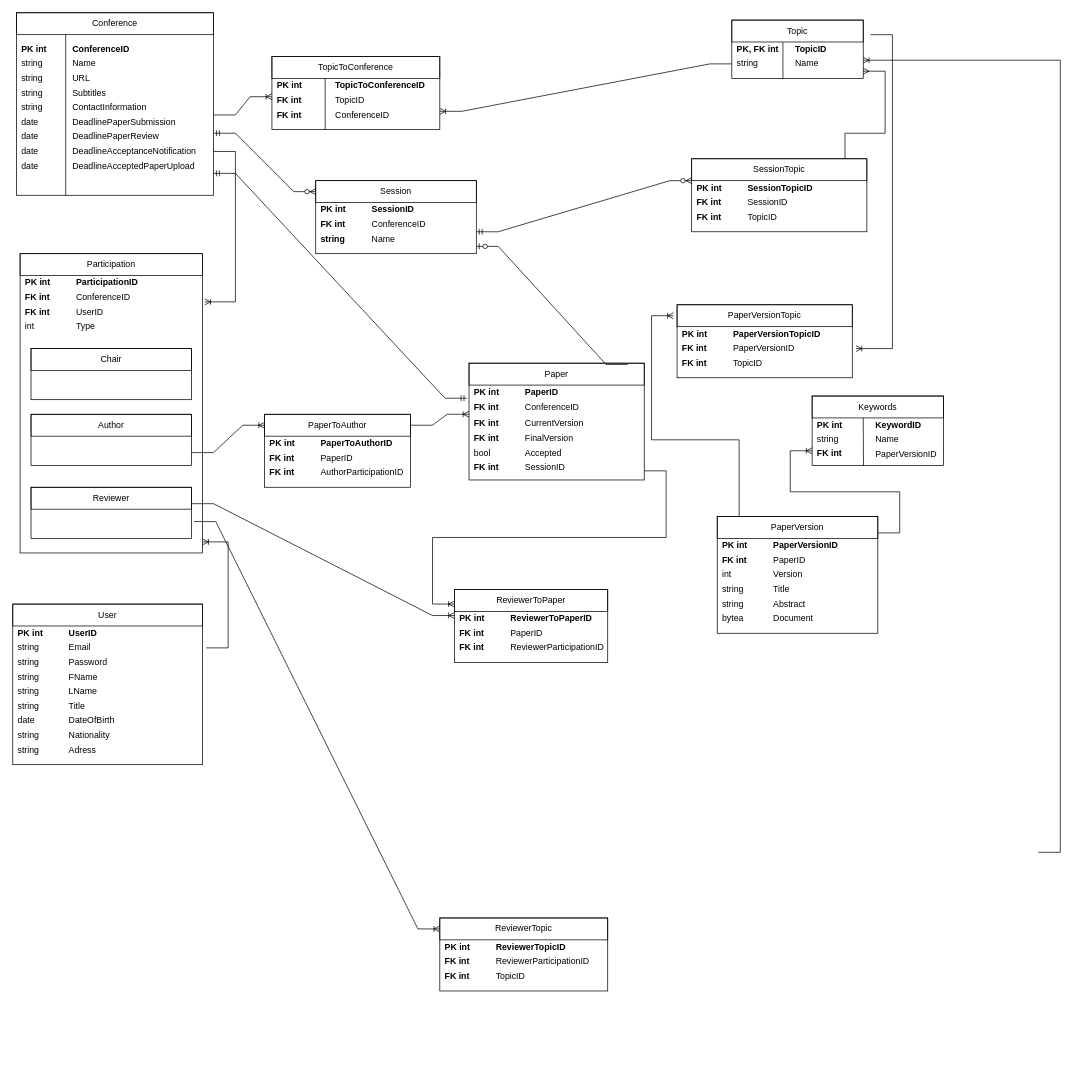
Above: Database Diagram.drawio in SE-Powerpuff-Girls/SE-Powerpuff-Girls (draw.io), before the change. Source tidied: cells renumbered, new cells numbered last; positions are measured from the earlier drawing's top-left corner, leaving out a move shared by most shapes. Both pictures are drawn from the tidied source at 73%, with x=0, y=0 at pixel (12, 12).
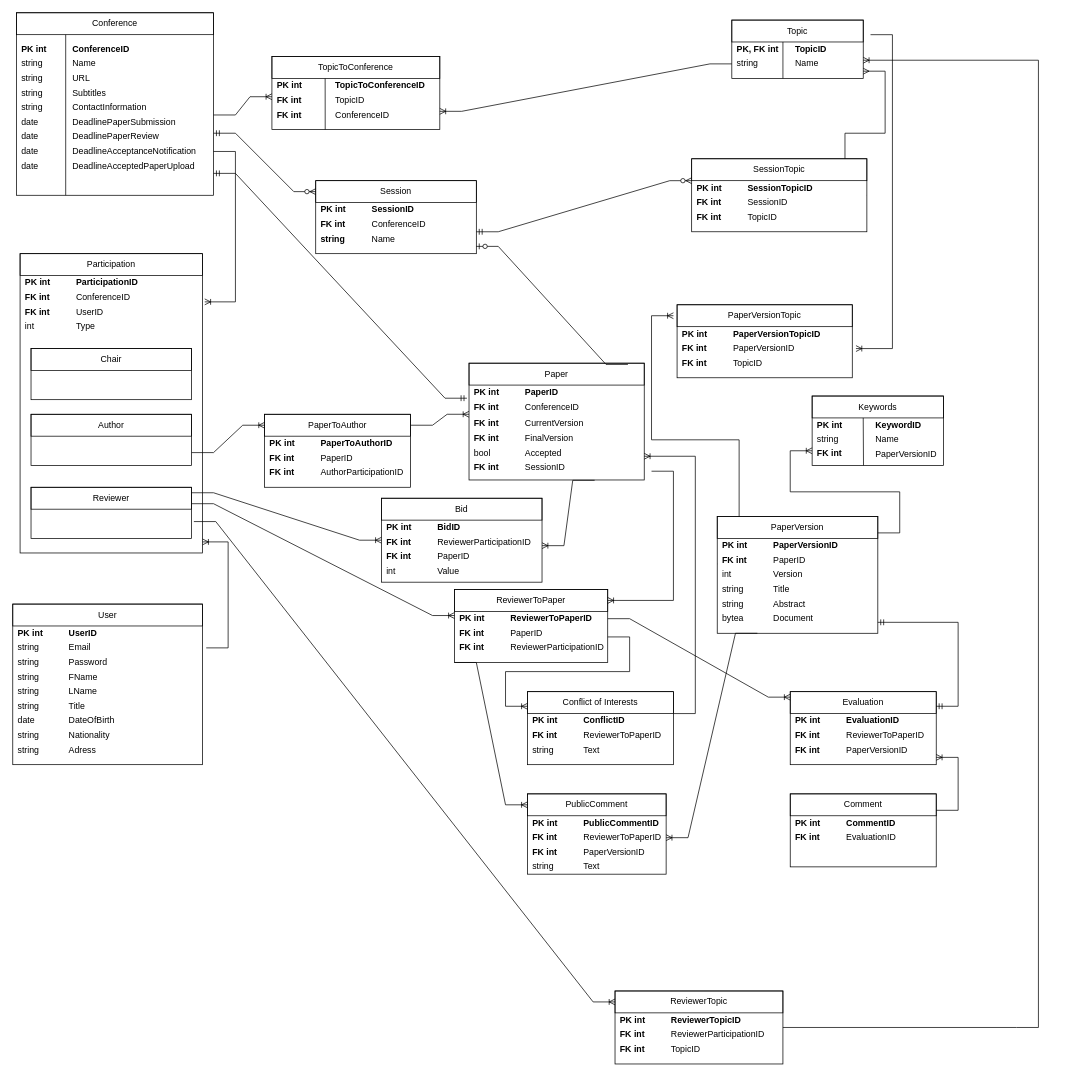
Above is the later version.

The change refers to these unchanged cells:
```xml
<mxCell id="28" value="Name" style="text;html=1;strokeColor=none;fillColor=none;align=left;verticalAlign=middle;whiteSpace=wrap;rounded=0;spacingLeft=5;fontStyle=0;" parent="1" vertex="1">
  <mxGeometry x="1065" y="60" width="100" height="20" as="geometry" />
</mxCell>
<mxCell id="78" value="Reviewer" style="text;html=1;strokeColor=default;fillColor=none;align=center;verticalAlign=middle;whiteSpace=wrap;rounded=0;" parent="1" vertex="1">
  <mxGeometry x="25" y="650" width="220" height="30" as="geometry" />
</mxCell>
<mxCell id="89" style="rounded=0;whiteSpace=wrap;html=1;strokeColor=default;" parent="1" vertex="1">
  <mxGeometry x="625" y="480" width="240" height="160" as="geometry" />
</mxCell>
<mxCell id="135" style="rounded=0;whiteSpace=wrap;html=1;strokeColor=default;" parent="1" vertex="1">
  <mxGeometry x="965" y="690" width="220" height="160" as="geometry" />
</mxCell>
<mxCell id="162" value="Accepted" style="text;html=1;strokeColor=none;fillColor=none;align=left;verticalAlign=middle;whiteSpace=wrap;rounded=0;spacingLeft=5;fontStyle=0;" parent="1" vertex="1">
  <mxGeometry x="695" y="592.5" width="170" height="20" as="geometry" />
</mxCell>
<mxCell id="164" value="SessionID" style="text;html=1;strokeColor=none;fillColor=none;align=left;verticalAlign=middle;whiteSpace=wrap;rounded=0;spacingLeft=5;fontStyle=0;" parent="1" vertex="1">
  <mxGeometry x="695" y="612.5" width="170" height="20" as="geometry" />
</mxCell>
<mxCell id="166" value="Document" style="text;html=1;strokeColor=none;fillColor=none;align=left;verticalAlign=middle;whiteSpace=wrap;rounded=0;spacingLeft=5;fontStyle=0;" parent="1" vertex="1">
  <mxGeometry x="1035" y="820" width="150" height="20" as="geometry" />
</mxCell>
<mxCell id="168" style="rounded=0;whiteSpace=wrap;html=1;strokeColor=default;" parent="1" vertex="1">
  <mxGeometry x="605" y="790" width="210" height="100" as="geometry" />
</mxCell>
<mxCell id="169" value="ReviewerToPaper" style="text;html=1;strokeColor=default;fillColor=none;align=center;verticalAlign=middle;whiteSpace=wrap;rounded=0;" parent="1" vertex="1">
  <mxGeometry x="605" y="790" width="210" height="30" as="geometry" />
</mxCell>
<mxCell id="172" value="ReviewerToPaperID" style="text;html=1;strokeColor=none;fillColor=none;align=left;verticalAlign=middle;whiteSpace=wrap;rounded=0;spacingLeft=5;fontStyle=1;" parent="1" vertex="1">
  <mxGeometry x="675" y="820" width="140" height="20" as="geometry" />
</mxCell>
<mxCell id="174" value="PaperID" style="text;html=1;strokeColor=none;fillColor=none;align=left;verticalAlign=middle;whiteSpace=wrap;rounded=0;spacingLeft=5;fontStyle=0;" parent="1" vertex="1">
  <mxGeometry x="675" y="840" width="140" height="20" as="geometry" />
</mxCell>
```

Change to the diagram source:
```diff
@@
     <mxCell id="79" style="rounded=0;whiteSpace=wrap;html=1;strokeColor=default;" parent="1" vertex="1">
-      <mxGeometry x="585" y="1240" width="230" height="100" as="geometry" />
+      <mxGeometry x="825" y="1340" width="230" height="100" as="geometry" />
     </mxCell>
     <mxCell id="80" value="ReviewerTopic" style="text;html=1;strokeColor=default;fillColor=none;align=center;verticalAlign=middle;whiteSpace=wrap;rounded=0;" parent="1" vertex="1">
-      <mxGeometry x="585" y="1240" width="230" height="30" as="geometry" />
+      <mxGeometry x="825" y="1340" width="230" height="30" as="geometry" />
     </mxCell>
     <mxCell id="81" value="ReviewerTopicID" style="text;html=1;strokeColor=none;fillColor=none;align=left;verticalAlign=middle;whiteSpace=wrap;rounded=0;spacingLeft=5;fontStyle=1;" parent="1" vertex="1">
-      <mxGeometry x="655" y="1270" width="150" height="20" as="geometry" />
+      <mxGeometry x="895" y="1370" width="150" height="20" as="geometry" />
     </mxCell>
     <mxCell id="82" value="PK int" style="text;html=1;strokeColor=none;fillColor=none;align=left;verticalAlign=middle;whiteSpace=wrap;rounded=0;spacingLeft=5;fontStyle=1;" parent="1" vertex="1">
-      <mxGeometry x="585" y="1270" width="70" height="20" as="geometry" />
+      <mxGeometry x="825" y="1370" width="70" height="20" as="geometry" />
     </mxCell>
     <mxCell id="83" value="ReviewerParticipationID" style="text;html=1;strokeColor=none;fillColor=none;align=left;verticalAlign=middle;whiteSpace=wrap;rounded=0;spacingLeft=5;fontStyle=0;" parent="1" vertex="1">
-      <mxGeometry x="655" y="1290" width="150" height="20" as="geometry" />
+      <mxGeometry x="895" y="1390" width="150" height="20" as="geometry" />
     </mxCell>
     <mxCell id="84" value="FK int" style="text;html=1;strokeColor=none;fillColor=none;align=left;verticalAlign=middle;whiteSpace=wrap;rounded=0;spacingLeft=5;fontStyle=1;" parent="1" vertex="1">
-      <mxGeometry x="585" y="1290" width="70" height="20" as="geometry" />
+      <mxGeometry x="825" y="1390" width="70" height="20" as="geometry" />
     </mxCell>
     <mxCell id="85" value="TopicID" style="text;html=1;strokeColor=none;fillColor=none;align=left;verticalAlign=middle;whiteSpace=wrap;rounded=0;spacingLeft=5;fontStyle=0;" parent="1" vertex="1">
-      <mxGeometry x="655" y="1310" width="150" height="20" as="geometry" />
+      <mxGeometry x="895" y="1410" width="150" height="20" as="geometry" />
     </mxCell>
     <mxCell id="86" value="FK int" style="text;html=1;strokeColor=none;fillColor=none;align=left;verticalAlign=middle;whiteSpace=wrap;rounded=0;spacingLeft=5;fontStyle=1;" parent="1" vertex="1">
-      <mxGeometry x="585" y="1310" width="70" height="20" as="geometry" />
+      <mxGeometry x="825" y="1410" width="70" height="20" as="geometry" />
     </mxCell>
     <mxCell id="87" style="edgeStyle=entityRelationEdgeStyle;fontSize=12;html=1;endArrow=ERoneToMany;rounded=0;strokeColor=default;entryX=1;entryY=0.25;entryDx=0;entryDy=0;" parent="1" edge="1" target="28">
       <mxGeometry relative="1" as="geometry">
-        <mxPoint x="1405" y="1150" as="sourcePoint" />
+        <mxPoint x="1375" y="1390" as="sourcePoint" />
       </mxGeometry>
     </mxCell>
@@
-    <mxCell id="170" style="edgeStyle=entityRelationEdgeStyle;fontSize=12;html=1;endArrow=ERoneToMany;rounded=0;strokeColor=default;exitX=1;exitY=0.75;exitDx=0;exitDy=0;" parent="1" edge="1" source="164">
+    <mxCell id="170" style="edgeStyle=entityRelationEdgeStyle;fontSize=12;html=1;endArrow=ERoneToMany;rounded=0;strokeColor=default;entryX=1;entryY=0.5;entryDx=0;entryDy=0;" parent="1" edge="1" target="169">
       <mxGeometry relative="1" as="geometry">
-        <mxPoint x="605" y="810" as="targetPoint" />
+        <mxPoint x="875" y="628" as="sourcePoint" />
       </mxGeometry>
     </mxCell>
@@
+    <mxCell id="178" style="rounded=0;whiteSpace=wrap;html=1;strokeColor=default;" parent="1" vertex="1">
+      <mxGeometry x="705" y="930" width="200" height="100" as="geometry" />
+    </mxCell>
+    <mxCell id="179" value="Conflict of Interests" style="text;html=1;strokeColor=default;fillColor=none;align=center;verticalAlign=middle;whiteSpace=wrap;rounded=0;" parent="1" vertex="1">
+      <mxGeometry x="705" y="930" width="200" height="30" as="geometry" />
+    </mxCell>
+    <mxCell id="180" value="ConflictID" style="text;html=1;strokeColor=none;fillColor=none;align=left;verticalAlign=middle;whiteSpace=wrap;rounded=0;spacingLeft=5;fontStyle=1;" parent="1" vertex="1">
+      <mxGeometry x="775" y="960" width="90" height="20" as="geometry" />
+    </mxCell>
+    <mxCell id="181" value="PK int" style="text;html=1;strokeColor=none;fillColor=none;align=left;verticalAlign=middle;whiteSpace=wrap;rounded=0;spacingLeft=5;fontStyle=1;" parent="1" vertex="1">
+      <mxGeometry x="705" y="960" width="70" height="20" as="geometry" />
+    </mxCell>
+    <mxCell id="182" value="ReviewerToPaperID" style="text;html=1;strokeColor=none;fillColor=none;align=left;verticalAlign=middle;whiteSpace=wrap;rounded=0;spacingLeft=5;fontStyle=0;" parent="1" vertex="1">
+      <mxGeometry x="775" y="980" width="130" height="20" as="geometry" />
+    </mxCell>
+    <mxCell id="183" value="FK int" style="text;html=1;strokeColor=none;fillColor=none;align=left;verticalAlign=middle;whiteSpace=wrap;rounded=0;spacingLeft=5;fontStyle=1;" parent="1" vertex="1">
+      <mxGeometry x="705" y="980" width="70" height="20" as="geometry" />
+    </mxCell>
+    <mxCell id="184" value="Text" style="text;html=1;strokeColor=none;fillColor=none;align=left;verticalAlign=middle;whiteSpace=wrap;rounded=0;spacingLeft=5;fontStyle=0;" parent="1" vertex="1">
+      <mxGeometry x="775" y="1000" width="130" height="20" as="geometry" />
+    </mxCell>
+    <mxCell id="185" value="string" style="text;html=1;strokeColor=none;fillColor=none;align=left;verticalAlign=middle;whiteSpace=wrap;rounded=0;spacingLeft=5;fontStyle=0;" parent="1" vertex="1">
+      <mxGeometry x="705" y="1000" width="70" height="20" as="geometry" />
+    </mxCell>
+    <mxCell id="186" style="edgeStyle=entityRelationEdgeStyle;fontSize=12;html=1;endArrow=ERoneToMany;rounded=0;strokeColor=default;exitX=1;exitY=0.75;exitDx=0;exitDy=0;" parent="1" edge="1" source="174">
+      <mxGeometry relative="1" as="geometry">
+        <mxPoint x="705" y="950" as="targetPoint" />
+      </mxGeometry>
+    </mxCell>
+    <mxCell id="187" style="edgeStyle=entityRelationEdgeStyle;fontSize=12;html=1;endArrow=ERoneToMany;rounded=0;strokeColor=default;entryX=1;entryY=0.75;entryDx=0;entryDy=0;" parent="1" edge="1" target="162">
+      <mxGeometry relative="1" as="geometry">
+        <mxPoint x="905" y="960" as="sourcePoint" />
+      </mxGeometry>
+    </mxCell>
+    <mxCell id="188" style="rounded=0;whiteSpace=wrap;html=1;strokeColor=default;" parent="1" vertex="1">
+      <mxGeometry x="705" y="1070" width="190" height="110" as="geometry" />
+    </mxCell>
+    <mxCell id="189" value="PublicComment" style="text;html=1;strokeColor=default;fillColor=none;align=center;verticalAlign=middle;whiteSpace=wrap;rounded=0;" parent="1" vertex="1">
+      <mxGeometry x="705" y="1070" width="190" height="30" as="geometry" />
+    </mxCell>
+    <mxCell id="190" value="PublicCommentID" style="text;html=1;strokeColor=none;fillColor=none;align=left;verticalAlign=middle;whiteSpace=wrap;rounded=0;spacingLeft=5;fontStyle=1;" parent="1" vertex="1">
+      <mxGeometry x="775" y="1100" width="120" height="20" as="geometry" />
+    </mxCell>
+    <mxCell id="191" value="PK int" style="text;html=1;strokeColor=none;fillColor=none;align=left;verticalAlign=middle;whiteSpace=wrap;rounded=0;spacingLeft=5;fontStyle=1;" parent="1" vertex="1">
+      <mxGeometry x="705" y="1100" width="70" height="20" as="geometry" />
+    </mxCell>
+    <mxCell id="192" value="ReviewerToPaperID" style="text;html=1;strokeColor=none;fillColor=none;align=left;verticalAlign=middle;whiteSpace=wrap;rounded=0;spacingLeft=5;fontStyle=0;" parent="1" vertex="1">
+      <mxGeometry x="775" y="1120" width="120" height="20" as="geometry" />
+    </mxCell>
+    <mxCell id="193" value="FK int" style="text;html=1;strokeColor=none;fillColor=none;align=left;verticalAlign=middle;whiteSpace=wrap;rounded=0;spacingLeft=5;fontStyle=1;" parent="1" vertex="1">
+      <mxGeometry x="705" y="1120" width="70" height="20" as="geometry" />
+    </mxCell>
+    <mxCell id="194" value="Text" style="text;html=1;strokeColor=none;fillColor=none;align=left;verticalAlign=middle;whiteSpace=wrap;rounded=0;spacingLeft=5;fontStyle=0;" parent="1" vertex="1">
+      <mxGeometry x="775" y="1160" width="120" height="20" as="geometry" />
+    </mxCell>
+    <mxCell id="195" value="string" style="text;html=1;strokeColor=none;fillColor=none;align=left;verticalAlign=middle;whiteSpace=wrap;rounded=0;spacingLeft=5;fontStyle=0;" parent="1" vertex="1">
+      <mxGeometry x="705" y="1160" width="70" height="20" as="geometry" />
+    </mxCell>
+    <mxCell id="196" style="edgeStyle=entityRelationEdgeStyle;fontSize=12;html=1;endArrow=ERoneToMany;rounded=0;strokeColor=default;exitX=0;exitY=1;exitDx=0;exitDy=0;entryX=0;entryY=0.5;entryDx=0;entryDy=0;" parent="1" edge="1" source="168" target="189">
+      <mxGeometry relative="1" as="geometry" />
+    </mxCell>
+    <mxCell id="197" value="PaperVersionID" style="text;html=1;strokeColor=none;fillColor=none;align=left;verticalAlign=middle;whiteSpace=wrap;rounded=0;spacingLeft=5;fontStyle=0;" parent="1" vertex="1">
+      <mxGeometry x="775" y="1140" width="120" height="20" as="geometry" />
+    </mxCell>
+    <mxCell id="198" value="FK int" style="text;html=1;strokeColor=none;fillColor=none;align=left;verticalAlign=middle;whiteSpace=wrap;rounded=0;spacingLeft=5;fontStyle=1;" parent="1" vertex="1">
+      <mxGeometry x="705" y="1140" width="70" height="20" as="geometry" />
+    </mxCell>
+    <mxCell id="199" style="edgeStyle=entityRelationEdgeStyle;fontSize=12;html=1;endArrow=ERoneToMany;rounded=0;strokeColor=default;entryX=1;entryY=0.5;entryDx=0;entryDy=0;exitX=0.25;exitY=1;exitDx=0;exitDy=0;" parent="1" edge="1" source="135" target="192">
+      <mxGeometry relative="1" as="geometry" />
+    </mxCell>
+    <mxCell id="200" style="rounded=0;whiteSpace=wrap;html=1;strokeColor=default;" parent="1" vertex="1">
+      <mxGeometry x="1065" y="930" width="200" height="100" as="geometry" />
+    </mxCell>
+    <mxCell id="201" value="Evaluation" style="text;html=1;strokeColor=default;fillColor=none;align=center;verticalAlign=middle;whiteSpace=wrap;rounded=0;" parent="1" vertex="1">
+      <mxGeometry x="1065" y="930" width="200" height="30" as="geometry" />
+    </mxCell>
+    <mxCell id="202" value="EvaluationID" style="text;html=1;strokeColor=none;fillColor=none;align=left;verticalAlign=middle;whiteSpace=wrap;rounded=0;spacingLeft=5;fontStyle=1;" parent="1" vertex="1">
+      <mxGeometry x="1135" y="960" width="130" height="20" as="geometry" />
+    </mxCell>
+    <mxCell id="203" value="PK int" style="text;html=1;strokeColor=none;fillColor=none;align=left;verticalAlign=middle;whiteSpace=wrap;rounded=0;spacingLeft=5;fontStyle=1;" parent="1" vertex="1">
+      <mxGeometry x="1065" y="960" width="70" height="20" as="geometry" />
+    </mxCell>
+    <mxCell id="204" value="ReviewerToPaperID" style="text;html=1;strokeColor=none;fillColor=none;align=left;verticalAlign=middle;whiteSpace=wrap;rounded=0;spacingLeft=5;fontStyle=0;" parent="1" vertex="1">
+      <mxGeometry x="1135" y="980" width="130" height="20" as="geometry" />
+    </mxCell>
+    <mxCell id="205" value="FK int" style="text;html=1;strokeColor=none;fillColor=none;align=left;verticalAlign=middle;whiteSpace=wrap;rounded=0;spacingLeft=5;fontStyle=1;" parent="1" vertex="1">
+      <mxGeometry x="1065" y="980" width="70" height="20" as="geometry" />
+    </mxCell>
+    <mxCell id="206" value="PaperVersionID" style="text;html=1;strokeColor=none;fillColor=none;align=left;verticalAlign=middle;whiteSpace=wrap;rounded=0;spacingLeft=5;fontStyle=0;" parent="1" vertex="1">
+      <mxGeometry x="1135" y="1000" width="130" height="20" as="geometry" />
+    </mxCell>
+    <mxCell id="207" value="FK int" style="text;html=1;strokeColor=none;fillColor=none;align=left;verticalAlign=middle;whiteSpace=wrap;rounded=0;spacingLeft=5;fontStyle=1;" parent="1" vertex="1">
+      <mxGeometry x="1065" y="1000" width="70" height="20" as="geometry" />
+    </mxCell>
+    <mxCell id="208" style="edgeStyle=entityRelationEdgeStyle;fontSize=12;html=1;endArrow=ERmandOne;startArrow=ERmandOne;rounded=0;strokeColor=default;entryX=1;entryY=0.75;entryDx=0;entryDy=0;" parent="1" edge="1" target="166">
+      <mxGeometry relative="1" as="geometry">
+        <mxPoint x="1265" y="950" as="sourcePoint" />
+      </mxGeometry>
+    </mxCell>
+    <mxCell id="209" style="edgeStyle=entityRelationEdgeStyle;fontSize=12;html=1;endArrow=ERoneToMany;rounded=0;strokeColor=default;exitX=1;exitY=0.5;exitDx=0;exitDy=0;entryX=0;entryY=0.25;entryDx=0;entryDy=0;" parent="1" edge="1" source="172" target="201">
+      <mxGeometry relative="1" as="geometry" />
+    </mxCell>
+    <mxCell id="210" style="rounded=0;whiteSpace=wrap;html=1;strokeColor=default;" parent="1" vertex="1">
+      <mxGeometry x="1065" y="1070" width="200" height="100" as="geometry" />
+    </mxCell>
+    <mxCell id="211" value="Comment" style="text;html=1;strokeColor=default;fillColor=none;align=center;verticalAlign=middle;whiteSpace=wrap;rounded=0;" parent="1" vertex="1">
+      <mxGeometry x="1065" y="1070" width="200" height="30" as="geometry" />
+    </mxCell>
+    <mxCell id="212" value="CommentID" style="text;html=1;strokeColor=none;fillColor=none;align=left;verticalAlign=middle;whiteSpace=wrap;rounded=0;spacingLeft=5;fontStyle=1;" parent="1" vertex="1">
+      <mxGeometry x="1135" y="1100" width="130" height="20" as="geometry" />
+    </mxCell>
+    <mxCell id="213" value="PK int" style="text;html=1;strokeColor=none;fillColor=none;align=left;verticalAlign=middle;whiteSpace=wrap;rounded=0;spacingLeft=5;fontStyle=1;" parent="1" vertex="1">
+      <mxGeometry x="1065" y="1100" width="70" height="20" as="geometry" />
+    </mxCell>
+    <mxCell id="214" value="EvaluationID" style="text;html=1;strokeColor=none;fillColor=none;align=left;verticalAlign=middle;whiteSpace=wrap;rounded=0;spacingLeft=5;fontStyle=0;" parent="1" vertex="1">
+      <mxGeometry x="1135" y="1120" width="130" height="20" as="geometry" />
+    </mxCell>
+    <mxCell id="215" value="FK int" style="text;html=1;strokeColor=none;fillColor=none;align=left;verticalAlign=middle;whiteSpace=wrap;rounded=0;spacingLeft=5;fontStyle=1;" parent="1" vertex="1">
+      <mxGeometry x="1065" y="1120" width="70" height="20" as="geometry" />
+    </mxCell>
+    <mxCell id="216" style="edgeStyle=entityRelationEdgeStyle;fontSize=12;html=1;endArrow=ERoneToMany;rounded=0;strokeColor=default;entryX=1;entryY=1;entryDx=0;entryDy=0;exitX=1;exitY=0.75;exitDx=0;exitDy=0;" parent="1" edge="1" source="211" target="206">
+      <mxGeometry relative="1" as="geometry" />
+    </mxCell>
+    <mxCell id="217" style="endArrow=none;html=1;rounded=0;strokeColor=default;exitX=1;exitY=0.5;exitDx=0;exitDy=0;" parent="1" edge="1" source="79">
+      <mxGeometry relative="1" as="geometry">
+        <mxPoint x="1375" y="1390" as="targetPoint" />
+      </mxGeometry>
+    </mxCell>
+    <mxCell id="218" style="rounded=0;whiteSpace=wrap;html=1;strokeColor=default;" parent="1" vertex="1">
+      <mxGeometry x="505" y="665" width="220" height="115" as="geometry" />
+    </mxCell>
+    <mxCell id="219" value="Bid" style="text;html=1;strokeColor=default;fillColor=none;align=center;verticalAlign=middle;whiteSpace=wrap;rounded=0;" parent="1" vertex="1">
+      <mxGeometry x="505" y="665" width="220" height="30" as="geometry" />
+    </mxCell>
+    <mxCell id="220" style="edgeStyle=entityRelationEdgeStyle;fontSize=12;html=1;endArrow=ERoneToMany;rounded=0;strokeColor=default;exitX=1;exitY=0.25;exitDx=0;exitDy=0;entryX=0;entryY=0.5;entryDx=0;entryDy=0;" parent="1" edge="1" source="78" target="218">
+      <mxGeometry relative="1" as="geometry" />
+    </mxCell>
+    <mxCell id="221" value="BidID" style="text;html=1;strokeColor=none;fillColor=none;align=left;verticalAlign=middle;whiteSpace=wrap;rounded=0;spacingLeft=5;fontStyle=1;" parent="1" vertex="1">
+      <mxGeometry x="575" y="695" width="80" height="20" as="geometry" />
+    </mxCell>
+    <mxCell id="222" value="PK int" style="text;html=1;strokeColor=none;fillColor=none;align=left;verticalAlign=middle;whiteSpace=wrap;rounded=0;spacingLeft=5;fontStyle=1;" parent="1" vertex="1">
+      <mxGeometry x="505" y="695" width="70" height="20" as="geometry" />
+    </mxCell>
+    <mxCell id="223" value="ReviewerParticipationID" style="text;html=1;strokeColor=none;fillColor=none;align=left;verticalAlign=middle;whiteSpace=wrap;rounded=0;spacingLeft=5;fontStyle=0;" parent="1" vertex="1">
+      <mxGeometry x="575" y="715" width="80" height="20" as="geometry" />
+    </mxCell>
+    <mxCell id="224" value="FK int" style="text;html=1;strokeColor=none;fillColor=none;align=left;verticalAlign=middle;whiteSpace=wrap;rounded=0;spacingLeft=5;fontStyle=1;" parent="1" vertex="1">
+      <mxGeometry x="505" y="715" width="70" height="20" as="geometry" />
+    </mxCell>
+    <mxCell id="225" value="PaperID" style="text;html=1;strokeColor=none;fillColor=none;align=left;verticalAlign=middle;whiteSpace=wrap;rounded=0;spacingLeft=5;fontStyle=0;" parent="1" vertex="1">
+      <mxGeometry x="575" y="735" width="80" height="20" as="geometry" />
+    </mxCell>
+    <mxCell id="226" value="FK int" style="text;html=1;strokeColor=none;fillColor=none;align=left;verticalAlign=middle;whiteSpace=wrap;rounded=0;spacingLeft=5;fontStyle=1;" parent="1" vertex="1">
+      <mxGeometry x="505" y="735" width="70" height="20" as="geometry" />
+    </mxCell>
+    <mxCell id="227" value="Value" style="text;html=1;strokeColor=none;fillColor=none;align=left;verticalAlign=middle;whiteSpace=wrap;rounded=0;spacingLeft=5;fontStyle=0;" parent="1" vertex="1">
+      <mxGeometry x="575" y="755" width="80" height="20" as="geometry" />
+    </mxCell>
+    <mxCell id="228" value="int" style="text;html=1;strokeColor=none;fillColor=none;align=left;verticalAlign=middle;whiteSpace=wrap;rounded=0;spacingLeft=5;fontStyle=0;" parent="1" vertex="1">
+      <mxGeometry x="505" y="755" width="70" height="20" as="geometry" />
+    </mxCell>
+    <mxCell id="229" style="edgeStyle=entityRelationEdgeStyle;fontSize=12;html=1;endArrow=ERoneToMany;rounded=0;strokeColor=default;exitX=0.717;exitY=1.003;exitDx=0;exitDy=0;exitPerimeter=0;entryX=1;entryY=0.565;entryDx=0;entryDy=0;entryPerimeter=0;" parent="1" edge="1" source="89" target="218">
+      <mxGeometry relative="1" as="geometry" />
+    </mxCell>
```
